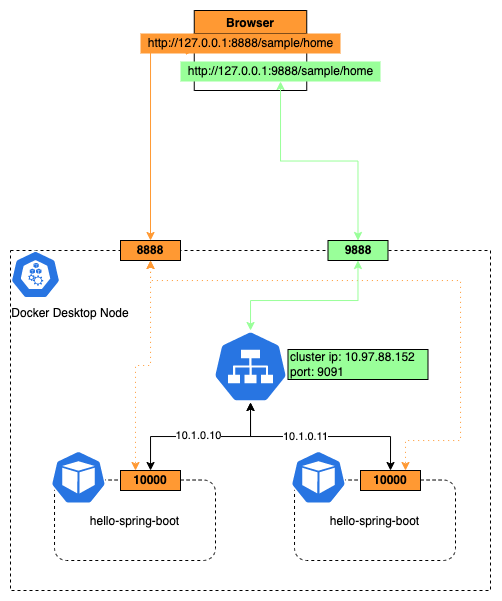
The draw.io diagram workshop1/workshop1.png in bjlin888/kubernetes_workshop, before a commit. Source tidied: cells renumbered, new cells last; positions are measured from the earlier drawing's top-left corner, leaving out a move shared by most shapes. The source it was exported from:
```xml
<mxGraphModel>
  <root>
    <mxCell id="0" />
    <mxCell id="1" parent="0" />
    <mxCell id="2" style="rounded=0;whiteSpace=wrap;html=1;dashed=1;" parent="1" vertex="1">
      <mxGeometry y="240" width="480" height="340" as="geometry" />
    </mxCell>
    <mxCell id="3" style="sketch=0;html=1;dashed=0;whitespace=wrap;fillColor=#2875E2;strokeColor=#ffffff;shape=mxgraph.kubernetes.icon;prIcon=node;" parent="1" vertex="1">
      <mxGeometry y="240" width="50" height="48" as="geometry" />
    </mxCell>
    <mxCell id="4" style="group;" parent="1" vertex="1">
      <mxGeometry x="40" y="440" width="165" height="110" as="geometry" />
    </mxCell>
    <mxCell id="5" value="&lt;div style=&quot;line-height: 24px&quot;&gt;&lt;div style=&quot;line-height: 24px&quot;&gt;&lt;span&gt;hello-spring-boot&lt;/span&gt;&lt;br&gt;&lt;/div&gt;&lt;/div&gt;" style="rounded=1;whiteSpace=wrap;html=1;dashed=1;" parent="4" vertex="1">
      <mxGeometry x="4" y="29.5" width="161" height="80.5" as="geometry" />
    </mxCell>
    <mxCell id="6" style="sketch=0;html=1;dashed=0;whitespace=wrap;fillColor=#2875E2;strokeColor=#ffffff;shape=mxgraph.kubernetes.icon;prIcon=pod;" parent="4" vertex="1">
      <mxGeometry width="55.9" height="53.7" as="geometry" />
    </mxCell>
    <mxCell id="7" value="10000" style="rounded=0;whiteSpace=wrap;html=1;fillColor=#FF9933;fontStyle=1;" parent="4" vertex="1">
      <mxGeometry x="70" y="20" width="60" height="20" as="geometry" />
    </mxCell>
    <mxCell id="8" style="edgeStyle=orthogonalEdgeStyle;rounded=0;jettySize=auto;html=1;exitX=0.5;exitY=1;exitDx=0;exitDy=0;exitPerimeter=0;startArrow=classic;startFill=1;" parent="1" edge="1" source="12" target="7">
      <mxGeometry relative="1" as="geometry" />
    </mxCell>
    <mxCell id="9" value="10.1.0.10" style="edgeLabel;html=1;align=center;verticalAlign=middle;" parent="8" vertex="1">
      <mxGeometry x="0.03" y="-1" relative="1" as="geometry" />
    </mxCell>
    <mxCell id="10" style="edgeStyle=orthogonalEdgeStyle;rounded=0;jettySize=auto;html=1;entryX=0.5;entryY=0;entryDx=0;entryDy=0;startArrow=classic;startFill=1;" parent="1" edge="1" source="12" target="16">
      <mxGeometry relative="1" as="geometry">
        <Array as="points">
          <mxPoint x="240" y="426" />
          <mxPoint x="380" y="426" />
        </Array>
      </mxGeometry>
    </mxCell>
    <mxCell id="11" value="10.1.0.11" style="edgeLabel;html=1;align=center;verticalAlign=middle;" parent="10" vertex="1">
      <mxGeometry x="-0.15" relative="1" as="geometry" />
    </mxCell>
    <mxCell id="12" style="sketch=0;html=1;dashed=0;whitespace=wrap;fillColor=#2875E2;strokeColor=#ffffff;points=[[0.005,0.63,0],[0.1,0.2,0],[0.9,0.2,0],[0.5,0,0],[0.995,0.63,0],[0.72,0.99,0],[0.5,1,0],[0.28,0.99,0]];shape=mxgraph.kubernetes.icon;prIcon=svc;" parent="1" vertex="1">
      <mxGeometry x="202.5" y="320" width="75" height="72" as="geometry" />
    </mxCell>
    <mxCell id="13" style="group;" parent="1" vertex="1">
      <mxGeometry x="280" y="440" width="165" height="110" as="geometry" />
    </mxCell>
    <mxCell id="14" value="&lt;div style=&quot;line-height: 24px&quot;&gt;&lt;div style=&quot;line-height: 24px&quot;&gt;&lt;span&gt;hello-spring-boot&lt;/span&gt;&lt;br&gt;&lt;/div&gt;&lt;/div&gt;" style="rounded=1;whiteSpace=wrap;html=1;dashed=1;" parent="13" vertex="1">
      <mxGeometry x="4" y="29.5" width="161" height="80.5" as="geometry" />
    </mxCell>
    <mxCell id="15" style="sketch=0;html=1;dashed=0;whitespace=wrap;fillColor=#2875E2;strokeColor=#ffffff;shape=mxgraph.kubernetes.icon;prIcon=pod;" parent="13" vertex="1">
      <mxGeometry width="55.9" height="53.7" as="geometry" />
    </mxCell>
    <mxCell id="16" value="10000" style="rounded=0;whiteSpace=wrap;html=1;fillColor=#FF9933;fontStyle=1;" parent="13" vertex="1">
      <mxGeometry x="70" y="20" width="60" height="20" as="geometry" />
    </mxCell>
    <mxCell id="17" value="cluster ip: 10.97.88.152&lt;br&gt;port: 9091" style="text;html=1;strokeColor=default;fillColor=#99FF99;align=left;verticalAlign=middle;whiteSpace=wrap;rounded=0;" parent="1" vertex="1">
      <mxGeometry x="277.5" y="339" width="140" height="30" as="geometry" />
    </mxCell>
    <mxCell id="18" style="edgeStyle=orthogonalEdgeStyle;rounded=0;jettySize=auto;html=1;entryX=0.5;entryY=0;entryDx=0;entryDy=0;startArrow=classic;startFill=1;strokeColor=#FF9933;" parent="1" edge="1" source="19" target="22">
      <mxGeometry relative="1" as="geometry" />
    </mxCell>
    <mxCell id="19" value="Browser" style="swimlane;fillColor=#FF9933;" parent="1" vertex="1">
      <mxGeometry x="183.8" width="112.5" height="80" as="geometry" />
    </mxCell>
    <mxCell id="20" style="edgeStyle=orthogonalEdgeStyle;rounded=0;jettySize=auto;html=1;entryX=0.25;entryY=0;entryDx=0;entryDy=0;startArrow=classic;startFill=1;strokeColor=#FF9933;dashed=1;dashPattern=1 4;" parent="1" edge="1" source="22" target="7">
      <mxGeometry relative="1" as="geometry" />
    </mxCell>
    <mxCell id="21" style="edgeStyle=orthogonalEdgeStyle;rounded=0;jettySize=auto;html=1;entryX=0.75;entryY=0;entryDx=0;entryDy=0;startArrow=classic;startFill=1;strokeColor=#FF9933;dashed=1;dashPattern=1 4;" parent="1" edge="1" source="22" target="16">
      <mxGeometry relative="1" as="geometry">
        <Array as="points">
          <mxPoint x="140" y="270" />
          <mxPoint x="450" y="270" />
          <mxPoint x="450" y="430" />
          <mxPoint x="395" y="430" />
        </Array>
      </mxGeometry>
    </mxCell>
    <mxCell id="22" value="8888" style="rounded=0;whiteSpace=wrap;html=1;fillColor=#FF9933;fontStyle=1;" parent="1" vertex="1">
      <mxGeometry x="110" y="230" width="60" height="20" as="geometry" />
    </mxCell>
    <mxCell id="23" value="http://127.0.0.1:8888/sample/home" style="text;html=1;align=center;verticalAlign=middle;strokeColor=none;fillColor=#FF9933;" parent="1" vertex="1">
      <mxGeometry x="130" y="23" width="200" height="20" as="geometry" />
    </mxCell>
    <mxCell id="24" value="Docker Desktop Node" style="text;html=1;strokeColor=none;fillColor=none;align=center;verticalAlign=middle;whiteSpace=wrap;rounded=0;" parent="1" vertex="1">
      <mxGeometry y="288" width="120" height="30" as="geometry" />
    </mxCell>
    <mxCell id="25" style="edgeStyle=orthogonalEdgeStyle;rounded=0;jettySize=auto;html=1;entryX=0.5;entryY=0;entryDx=0;entryDy=0;startArrow=classic;startFill=1;strokeColor=#99FF99;" parent="1" edge="1" source="26" target="28">
      <mxGeometry relative="1" as="geometry" />
    </mxCell>
    <mxCell id="26" value="http://127.0.0.1:9888/sample/home" style="text;html=1;align=center;verticalAlign=middle;points=[];strokeColor=none;fillColor=#99FF99;" parent="1" vertex="1">
      <mxGeometry x="170" y="51" width="200" height="20" as="geometry" />
    </mxCell>
    <mxCell id="27" style="edgeStyle=orthogonalEdgeStyle;rounded=0;jettySize=auto;html=1;startArrow=classic;startFill=1;strokeColor=#99FF99;" parent="1" edge="1" source="28" target="12">
      <mxGeometry relative="1" as="geometry">
        <Array as="points">
          <mxPoint x="347" y="290" />
          <mxPoint x="240" y="290" />
        </Array>
      </mxGeometry>
    </mxCell>
    <mxCell id="28" value="9888" style="rounded=0;whiteSpace=wrap;html=1;fillColor=#99FF99;fontStyle=1;" parent="1" vertex="1">
      <mxGeometry x="317.5" y="230" width="60" height="20" as="geometry" />
    </mxCell>
  </root>
</mxGraphModel>
```
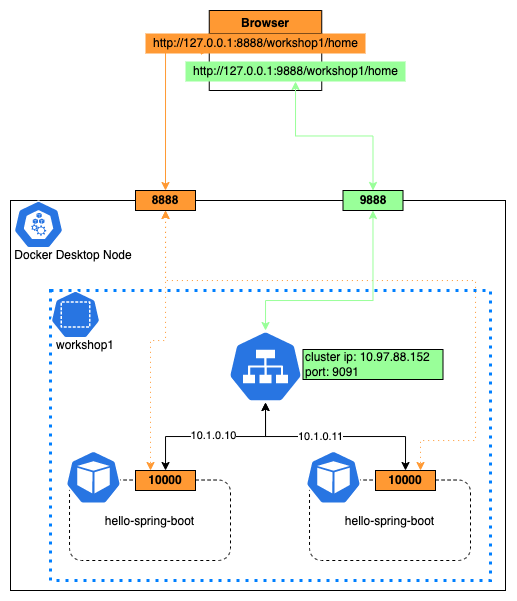
The same file after the commit.

Commit message:
- rename namespace to workshop1 - upgrade spring-boot application version

The edit, as a diff of the source:
```diff
@@ -2,11 +2,11 @@
   <root>
     <mxCell id="0" />
     <mxCell id="1" parent="0" />
-    <mxCell id="2" style="rounded=0;whiteSpace=wrap;html=1;dashed=1;" parent="1" vertex="1">
-      <mxGeometry y="240" width="480" height="340" as="geometry" />
+    <mxCell id="2" style="rounded=0;whiteSpace=wrap;html=1;" parent="1" vertex="1">
+      <mxGeometry x="-15" y="190" width="495" height="390" as="geometry" />
     </mxCell>
     <mxCell id="3" style="sketch=0;html=1;dashed=0;whitespace=wrap;fillColor=#2875E2;strokeColor=#ffffff;shape=mxgraph.kubernetes.icon;prIcon=node;" parent="1" vertex="1">
-      <mxGeometry y="240" width="50" height="48" as="geometry" />
+      <mxGeometry x="-12" y="190" width="50" height="48" as="geometry" />
     </mxCell>
     <mxCell id="4" style="group;" parent="1" vertex="1">
       <mxGeometry x="40" y="440" width="165" height="110" as="geometry" />
@@ -75,19 +75,19 @@
       </mxGeometry>
     </mxCell>
     <mxCell id="22" value="8888" style="rounded=0;whiteSpace=wrap;html=1;fillColor=#FF9933;fontStyle=1;" parent="1" vertex="1">
-      <mxGeometry x="110" y="230" width="60" height="20" as="geometry" />
+      <mxGeometry x="110" y="180" width="60" height="20" as="geometry" />
     </mxCell>
-    <mxCell id="23" value="http://127.0.0.1:8888/sample/home" style="text;html=1;align=center;verticalAlign=middle;strokeColor=none;fillColor=#FF9933;" parent="1" vertex="1">
-      <mxGeometry x="130" y="23" width="200" height="20" as="geometry" />
+    <mxCell id="23" value="http://127.0.0.1:8888/workshop1/home" style="text;html=1;align=center;verticalAlign=middle;strokeColor=none;fillColor=#FF9933;" parent="1" vertex="1">
+      <mxGeometry x="120" y="23" width="220" height="20" as="geometry" />
     </mxCell>
     <mxCell id="24" value="Docker Desktop Node" style="text;html=1;strokeColor=none;fillColor=none;align=center;verticalAlign=middle;whiteSpace=wrap;rounded=0;" parent="1" vertex="1">
-      <mxGeometry y="288" width="120" height="30" as="geometry" />
+      <mxGeometry x="-12" y="230" width="120" height="30" as="geometry" />
     </mxCell>
     <mxCell id="25" style="edgeStyle=orthogonalEdgeStyle;rounded=0;jettySize=auto;html=1;entryX=0.5;entryY=0;entryDx=0;entryDy=0;startArrow=classic;startFill=1;strokeColor=#99FF99;" parent="1" edge="1" source="26" target="28">
       <mxGeometry relative="1" as="geometry" />
     </mxCell>
-    <mxCell id="26" value="http://127.0.0.1:9888/sample/home" style="text;html=1;align=center;verticalAlign=middle;points=[];strokeColor=none;fillColor=#99FF99;" parent="1" vertex="1">
-      <mxGeometry x="170" y="51" width="200" height="20" as="geometry" />
+    <mxCell id="26" value="http://127.0.0.1:9888/workshop1/home" style="text;html=1;align=center;verticalAlign=middle;points=[];strokeColor=none;fillColor=#99FF99;" parent="1" vertex="1">
+      <mxGeometry x="160" y="51" width="220" height="20" as="geometry" />
     </mxCell>
     <mxCell id="27" style="edgeStyle=orthogonalEdgeStyle;rounded=0;jettySize=auto;html=1;startArrow=classic;startFill=1;strokeColor=#99FF99;" parent="1" edge="1" source="28" target="12">
       <mxGeometry relative="1" as="geometry">
@@ -98,7 +98,16 @@
       </mxGeometry>
     </mxCell>
     <mxCell id="28" value="9888" style="rounded=0;whiteSpace=wrap;html=1;fillColor=#99FF99;fontStyle=1;" parent="1" vertex="1">
-      <mxGeometry x="317.5" y="230" width="60" height="20" as="geometry" />
+      <mxGeometry x="317.5" y="180" width="60" height="20" as="geometry" />
     </mxCell>
+    <mxCell id="29" style="rounded=0;whiteSpace=wrap;html=1;strokeColor=#007FFF;fillColor=none;dashed=1;dashPattern=1 2;strokeWidth=3;" parent="1" vertex="1">
+      <mxGeometry x="25" y="280" width="440" height="290" as="geometry" />
+    </mxCell>
+    <mxCell id="30" style="sketch=0;html=1;dashed=0;whitespace=wrap;fillColor=#2875E2;strokeColor=#ffffff;shape=mxgraph.kubernetes.icon;prIcon=ns;dashPattern=1 2;" parent="1" vertex="1">
+      <mxGeometry x="25" y="280" width="50" height="48" as="geometry" />
+    </mxCell>
+    <mxCell id="31" value="workshop1" style="text;html=1;strokeColor=none;fillColor=none;align=center;verticalAlign=middle;whiteSpace=wrap;rounded=0;" parent="1" vertex="1">
+      <mxGeometry x="25" y="320" width="70" height="30" as="geometry" />
+    </mxCell>
   </root>
 </mxGraphModel>
```
